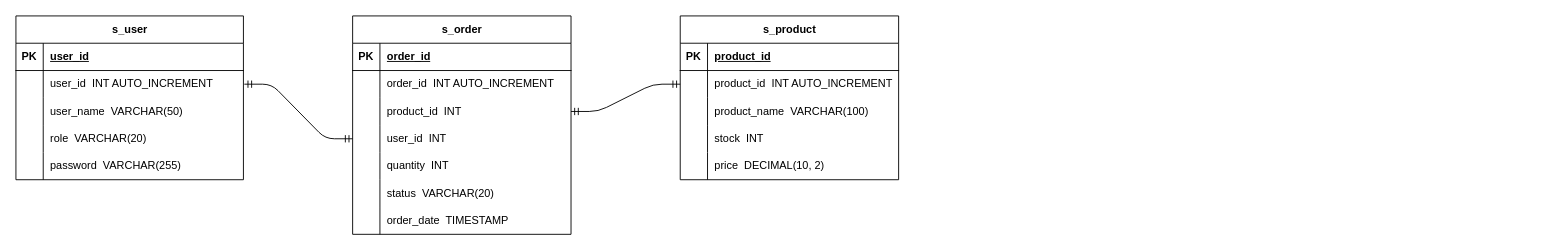
Above: docs/ER図.drawio in miyoshi-mk/shop-manager (draw.io), before the change. Source tidied: cells renumbered, new cells numbered last; positions are measured from the earlier drawing's top-left corner, leaving out a move shared by most shapes. Both pictures are drawn from the tidied source at 91%, with x=0, y=0 at pixel (15, 15).
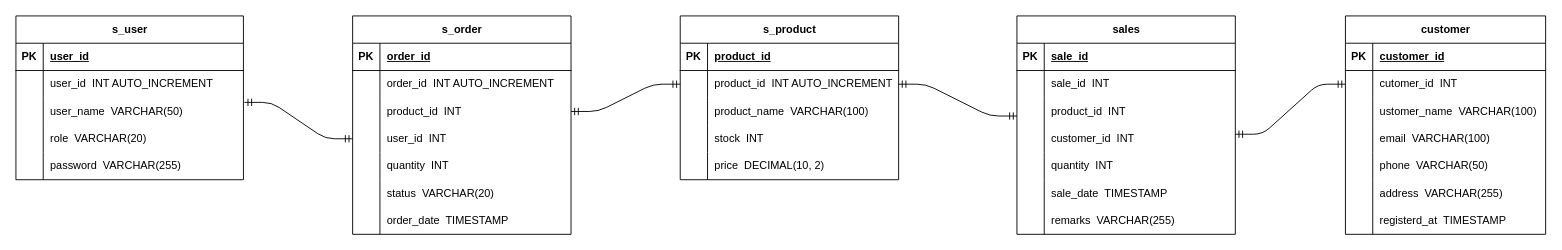
Above is the later version.

Commit message (it also covers changes not shown here):
ER図と画面遷移図を書き直し

Unchanged cells that the change refers to:
```xml
<mxCell id="22" style="shape=tableRow;horizontal=0;startSize=0;swimlaneHead=0;swimlaneBody=0;fillColor=none;points=[[0,0.5],[1,0.5]];portConstraint=eastwest;top=0;left=0;right=0;bottom=0;" parent="18" vertex="1">
  <mxGeometry y="60" width="240" height="30" as="geometry" />
</mxCell>
<mxCell id="44" style="shape=tableRow;horizontal=0;startSize=0;swimlaneHead=0;swimlaneBody=0;fillColor=none;points=[[0,0.5],[1,0.5]];portConstraint=eastwest;top=0;left=0;right=0;bottom=0;" parent="34" vertex="1">
  <mxGeometry y="120" width="240" height="30" as="geometry" />
</mxCell>
```

What changed in the source:
```diff
@@
     <mxCell id="56" style="edgeStyle=entityRelationEdgeStyle;fontSize=12;html=1;endArrow=ERmandOne;startArrow=ERmandOne;entryX=0;entryY=0.5;entryDx=0;entryDy=0;" parent="1" edge="1" target="44">
       <mxGeometry relative="1" as="geometry">
-        <mxPoint x="251" y="75" as="sourcePoint" />
+        <mxPoint x="251" y="95" as="sourcePoint" />
+        <Array as="points">
+          <mxPoint x="320" y="110" />
+          <mxPoint x="280" y="160" />
+          <mxPoint x="281" y="150" />
+        </Array>
       </mxGeometry>
     </mxCell>
@@
+    <mxCell id="58" value="sales" style="shape=table;startSize=30;childLayout=tableLayout;rowLines=0;fontStyle=1;align=center;html=1;" parent="1" vertex="1">
+      <mxGeometry x="1100" width="240" height="240" as="geometry" />
+    </mxCell>
+    <mxCell id="59" style="shape=tableRow;horizontal=0;startSize=0;swimlaneHead=0;swimlaneBody=0;fillColor=none;top=0;left=0;right=0;bottom=1;" parent="58" vertex="1">
+      <mxGeometry y="30" width="240" height="30" as="geometry" />
+    </mxCell>
+    <mxCell id="60" value="PK" style="shape=partialRectangle;fillColor=none;top=0;left=0;bottom=0;right=0;fontStyle=1;overflow=hidden;whiteSpace=wrap;html=1;" parent="59" vertex="1">
+      <mxGeometry width="30" height="30" as="geometry" />
+    </mxCell>
+    <mxCell id="61" value="sale_id" style="shape=partialRectangle;fillColor=none;top=0;left=0;bottom=0;right=0;align=left;spacingLeft=6;fontStyle=5;overflow=hidden;whiteSpace=wrap;html=1;" parent="59" vertex="1">
+      <mxGeometry x="30" width="210" height="30" as="geometry" />
+    </mxCell>
+    <mxCell id="62" style="shape=tableRow;horizontal=0;startSize=0;swimlaneHead=0;swimlaneBody=0;fillColor=none;top=0;left=0;right=0;bottom=0;" parent="58" vertex="1">
+      <mxGeometry y="60" width="240" height="30" as="geometry" />
+    </mxCell>
+    <mxCell id="63" style="shape=partialRectangle;fillColor=none;top=0;left=0;bottom=0;right=0;overflow=hidden;whiteSpace=wrap;html=1;" parent="62" vertex="1">
+      <mxGeometry width="30" height="30" as="geometry" />
+    </mxCell>
+    <mxCell id="64" value="sale_id&amp;nbsp; INT" style="shape=partialRectangle;fillColor=none;top=0;left=0;bottom=0;right=0;align=left;spacingLeft=6;overflow=hidden;whiteSpace=wrap;html=1;" parent="62" vertex="1">
+      <mxGeometry x="30" width="210" height="30" as="geometry" />
+    </mxCell>
+    <mxCell id="65" style="shape=tableRow;horizontal=0;startSize=0;swimlaneHead=0;swimlaneBody=0;fillColor=none;top=0;left=0;right=0;bottom=0;" parent="58" vertex="1">
+      <mxGeometry y="90" width="240" height="30" as="geometry" />
+    </mxCell>
+    <mxCell id="66" style="shape=partialRectangle;fillColor=none;top=0;left=0;bottom=0;right=0;overflow=hidden;whiteSpace=wrap;html=1;" parent="65" vertex="1">
+      <mxGeometry width="30" height="30" as="geometry" />
+    </mxCell>
+    <mxCell id="67" value="product_id&amp;nbsp; INT" style="shape=partialRectangle;fillColor=none;top=0;left=0;bottom=0;right=0;align=left;spacingLeft=6;overflow=hidden;whiteSpace=wrap;html=1;" parent="65" vertex="1">
+      <mxGeometry x="30" width="210" height="30" as="geometry" />
+    </mxCell>
+    <mxCell id="68" style="shape=tableRow;horizontal=0;startSize=0;swimlaneHead=0;swimlaneBody=0;fillColor=none;top=0;left=0;right=0;bottom=0;" parent="58" vertex="1">
+      <mxGeometry y="120" width="240" height="30" as="geometry" />
+    </mxCell>
+    <mxCell id="69" style="shape=partialRectangle;fillColor=none;top=0;left=0;bottom=0;right=0;overflow=hidden;whiteSpace=wrap;html=1;" parent="68" vertex="1">
+      <mxGeometry width="30" height="30" as="geometry" />
+    </mxCell>
+    <mxCell id="70" value="customer_id&amp;nbsp; INT" style="shape=partialRectangle;fillColor=none;top=0;left=0;bottom=0;right=0;align=left;spacingLeft=6;overflow=hidden;whiteSpace=wrap;html=1;" parent="68" vertex="1">
+      <mxGeometry x="30" width="210" height="30" as="geometry" />
+    </mxCell>
+    <mxCell id="71" style="shape=tableRow;horizontal=0;startSize=0;swimlaneHead=0;swimlaneBody=0;fillColor=none;top=0;left=0;right=0;bottom=0;" parent="58" vertex="1">
+      <mxGeometry y="150" width="240" height="30" as="geometry" />
+    </mxCell>
+    <mxCell id="72" style="shape=partialRectangle;fillColor=none;top=0;left=0;bottom=0;right=0;overflow=hidden;whiteSpace=wrap;html=1;" parent="71" vertex="1">
+      <mxGeometry width="30" height="30" as="geometry" />
+    </mxCell>
+    <mxCell id="73" value="quantity&amp;nbsp; INT" style="shape=partialRectangle;fillColor=none;top=0;left=0;bottom=0;right=0;align=left;spacingLeft=6;overflow=hidden;whiteSpace=wrap;html=1;" parent="71" vertex="1">
+      <mxGeometry x="30" width="210" height="30" as="geometry" />
+    </mxCell>
+    <mxCell id="74" style="shape=tableRow;horizontal=0;startSize=0;swimlaneHead=0;swimlaneBody=0;fillColor=none;top=0;left=0;right=0;bottom=0;" parent="58" vertex="1">
+      <mxGeometry y="180" width="240" height="30" as="geometry" />
+    </mxCell>
+    <mxCell id="75" style="shape=partialRectangle;fillColor=none;top=0;left=0;bottom=0;right=0;overflow=hidden;whiteSpace=wrap;html=1;" parent="74" vertex="1">
+      <mxGeometry width="30" height="30" as="geometry" />
+    </mxCell>
+    <mxCell id="76" value="sale_date&amp;nbsp; TIMESTAMP" style="shape=partialRectangle;fillColor=none;top=0;left=0;bottom=0;right=0;align=left;spacingLeft=6;overflow=hidden;whiteSpace=wrap;html=1;" parent="74" vertex="1">
+      <mxGeometry x="30" width="210" height="30" as="geometry" />
+    </mxCell>
+    <mxCell id="77" style="shape=tableRow;horizontal=0;startSize=0;swimlaneHead=0;swimlaneBody=0;fillColor=none;top=0;left=0;right=0;bottom=0;" parent="58" vertex="1">
+      <mxGeometry y="210" width="240" height="30" as="geometry" />
+    </mxCell>
+    <mxCell id="78" style="shape=partialRectangle;fillColor=none;top=0;left=0;bottom=0;right=0;overflow=hidden;whiteSpace=wrap;html=1;" parent="77" vertex="1">
+      <mxGeometry width="30" height="30" as="geometry" />
+    </mxCell>
+    <mxCell id="79" value="remarks&amp;nbsp; VARCHAR(255)" style="shape=partialRectangle;fillColor=none;top=0;left=0;bottom=0;right=0;align=left;spacingLeft=6;overflow=hidden;whiteSpace=wrap;html=1;" parent="77" vertex="1">
+      <mxGeometry x="30" width="210" height="30" as="geometry" />
+    </mxCell>
+    <mxCell id="80" style="edgeStyle=entityRelationEdgeStyle;fontSize=12;html=1;endArrow=ERmandOne;startArrow=ERmandOne;exitX=1;exitY=0.5;exitDx=0;exitDy=0;" parent="1" edge="1" source="22">
+      <mxGeometry relative="1" as="geometry">
+        <mxPoint x="1100" y="110" as="targetPoint" />
+      </mxGeometry>
+    </mxCell>
+    <mxCell id="81" value="customer" style="shape=table;startSize=30;childLayout=tableLayout;rowLines=0;fontStyle=1;align=center;html=1;" parent="1" vertex="1">
+      <mxGeometry x="1461" width="220" height="240" as="geometry" />
+    </mxCell>
+    <mxCell id="82" style="shape=tableRow;horizontal=0;startSize=0;swimlaneHead=0;swimlaneBody=0;fillColor=none;top=0;left=0;right=0;bottom=1;" parent="81" vertex="1">
+      <mxGeometry y="30" width="220" height="30" as="geometry" />
+    </mxCell>
+    <mxCell id="83" value="PK" style="shape=partialRectangle;fillColor=none;top=0;left=0;bottom=0;right=0;fontStyle=1;overflow=hidden;whiteSpace=wrap;html=1;" parent="82" vertex="1">
+      <mxGeometry width="30" height="30" as="geometry" />
+    </mxCell>
+    <mxCell id="84" value="customer_id" style="shape=partialRectangle;fillColor=none;top=0;left=0;bottom=0;right=0;align=left;spacingLeft=6;fontStyle=5;overflow=hidden;whiteSpace=wrap;html=1;" parent="82" vertex="1">
+      <mxGeometry x="30" width="190" height="30" as="geometry" />
+    </mxCell>
+    <mxCell id="85" style="shape=tableRow;horizontal=0;startSize=0;swimlaneHead=0;swimlaneBody=0;fillColor=none;points=[[0,0.5],[1,0.5]];portConstraint=eastwest;top=0;left=0;right=0;bottom=0;" parent="81" vertex="1">
+      <mxGeometry y="60" width="220" height="30" as="geometry" />
+    </mxCell>
+    <mxCell id="86" style="shape=partialRectangle;fillColor=none;top=0;left=0;bottom=0;right=0;overflow=hidden;whiteSpace=wrap;html=1;" parent="85" vertex="1">
+      <mxGeometry width="30" height="30" as="geometry" />
+    </mxCell>
+    <mxCell id="87" value="cutomer_id&amp;nbsp; INT" style="shape=partialRectangle;fillColor=none;top=0;left=0;bottom=0;right=0;align=left;spacingLeft=6;overflow=hidden;whiteSpace=wrap;html=1;" parent="85" vertex="1">
+      <mxGeometry x="30" width="190" height="30" as="geometry" />
+    </mxCell>
+    <mxCell id="88" style="shape=tableRow;horizontal=0;startSize=0;swimlaneHead=0;swimlaneBody=0;fillColor=none;top=0;left=0;right=0;bottom=0;" parent="81" vertex="1">
+      <mxGeometry y="90" width="220" height="30" as="geometry" />
+    </mxCell>
+    <mxCell id="89" style="shape=partialRectangle;fillColor=none;top=0;left=0;bottom=0;right=0;overflow=hidden;whiteSpace=wrap;html=1;" parent="88" vertex="1">
+      <mxGeometry width="30" height="30" as="geometry" />
+    </mxCell>
+    <mxCell id="90" value="ustomer_name&amp;nbsp; VARCHAR(100)" style="shape=partialRectangle;fillColor=none;top=0;left=0;bottom=0;right=0;align=left;spacingLeft=6;overflow=hidden;whiteSpace=wrap;html=1;" parent="88" vertex="1">
+      <mxGeometry x="30" width="190" height="30" as="geometry" />
+    </mxCell>
+    <mxCell id="91" style="shape=tableRow;horizontal=0;startSize=0;swimlaneHead=0;swimlaneBody=0;fillColor=none;top=0;left=0;right=0;bottom=0;" parent="81" vertex="1">
+      <mxGeometry y="120" width="220" height="30" as="geometry" />
+    </mxCell>
+    <mxCell id="92" style="shape=partialRectangle;fillColor=none;top=0;left=0;bottom=0;right=0;overflow=hidden;whiteSpace=wrap;html=1;" parent="91" vertex="1">
+      <mxGeometry width="30" height="30" as="geometry" />
+    </mxCell>
+    <mxCell id="93" value="email&amp;nbsp; VARCHAR(100)" style="shape=partialRectangle;fillColor=none;top=0;left=0;bottom=0;right=0;align=left;spacingLeft=6;overflow=hidden;whiteSpace=wrap;html=1;" parent="91" vertex="1">
+      <mxGeometry x="30" width="190" height="30" as="geometry" />
+    </mxCell>
+    <mxCell id="94" style="shape=tableRow;horizontal=0;startSize=0;swimlaneHead=0;swimlaneBody=0;fillColor=none;top=0;left=0;right=0;bottom=0;" parent="81" vertex="1">
+      <mxGeometry y="150" width="220" height="30" as="geometry" />
+    </mxCell>
+    <mxCell id="95" style="shape=partialRectangle;fillColor=none;top=0;left=0;bottom=0;right=0;overflow=hidden;whiteSpace=wrap;html=1;" parent="94" vertex="1">
+      <mxGeometry width="30" height="30" as="geometry" />
+    </mxCell>
+    <mxCell id="96" value="phone&amp;nbsp; VARCHAR(50)" style="shape=partialRectangle;fillColor=none;top=0;left=0;bottom=0;right=0;align=left;spacingLeft=6;overflow=hidden;whiteSpace=wrap;html=1;" parent="94" vertex="1">
+      <mxGeometry x="30" width="190" height="30" as="geometry" />
+    </mxCell>
+    <mxCell id="97" style="shape=tableRow;horizontal=0;startSize=0;swimlaneHead=0;swimlaneBody=0;fillColor=none;top=0;left=0;right=0;bottom=0;" parent="81" vertex="1">
+      <mxGeometry y="180" width="220" height="30" as="geometry" />
+    </mxCell>
+    <mxCell id="98" style="shape=partialRectangle;fillColor=none;top=0;left=0;bottom=0;right=0;overflow=hidden;whiteSpace=wrap;html=1;" parent="97" vertex="1">
+      <mxGeometry width="30" height="30" as="geometry" />
+    </mxCell>
+    <mxCell id="99" value="address&amp;nbsp; VARCHAR(255)" style="shape=partialRectangle;fillColor=none;top=0;left=0;bottom=0;right=0;align=left;spacingLeft=6;overflow=hidden;whiteSpace=wrap;html=1;" parent="97" vertex="1">
+      <mxGeometry x="30" width="190" height="30" as="geometry" />
+    </mxCell>
+    <mxCell id="100" style="shape=tableRow;horizontal=0;startSize=0;swimlaneHead=0;swimlaneBody=0;fillColor=none;top=0;left=0;right=0;bottom=0;" parent="81" vertex="1">
+      <mxGeometry y="210" width="220" height="30" as="geometry" />
+    </mxCell>
+    <mxCell id="101" style="shape=partialRectangle;fillColor=none;top=0;left=0;bottom=0;right=0;overflow=hidden;whiteSpace=wrap;html=1;" parent="100" vertex="1">
+      <mxGeometry width="30" height="30" as="geometry" />
+    </mxCell>
+    <mxCell id="102" value="registerd_at&amp;nbsp; TIMESTAMP" style="shape=partialRectangle;fillColor=none;top=0;left=0;bottom=0;right=0;align=left;spacingLeft=6;overflow=hidden;whiteSpace=wrap;html=1;" parent="100" vertex="1">
+      <mxGeometry x="30" width="190" height="30" as="geometry" />
+    </mxCell>
+    <mxCell id="103" style="edgeStyle=entityRelationEdgeStyle;fontSize=12;html=1;endArrow=ERmandOne;startArrow=ERmandOne;entryX=0;entryY=0.5;entryDx=0;entryDy=0;" parent="1" edge="1" target="85">
+      <mxGeometry relative="1" as="geometry">
+        <mxPoint x="1340" y="130" as="sourcePoint" />
+      </mxGeometry>
+    </mxCell>
```
